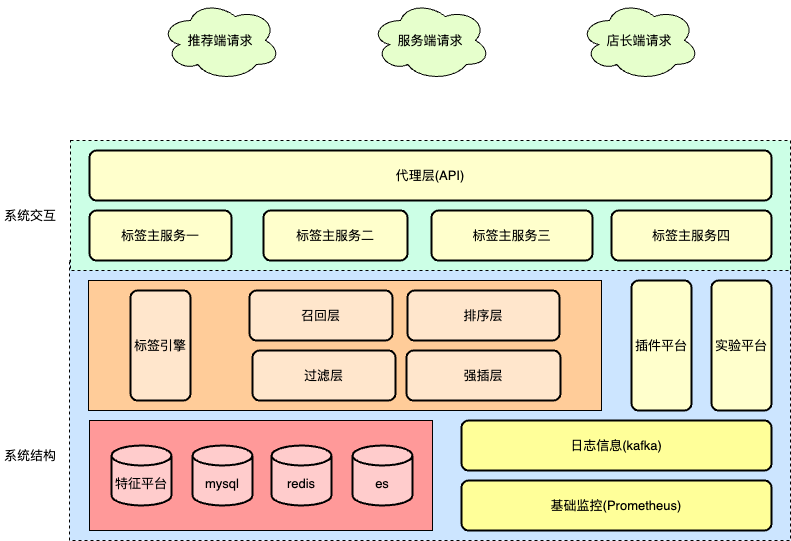
The draw.io diagram work-draw-file/标签平台架构图.png in liujunao/draw-data, before a commit. Source tidied: cells renumbered, new cells last; positions are measured from the earlier drawing's top-left corner, leaving out a move shared by most shapes.
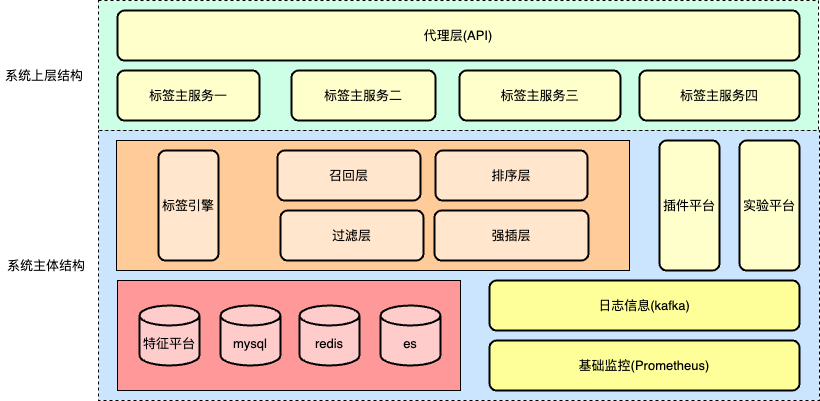
After the change.

Commit message:
更新标签平台架构图.png

Diff of the diagram source:
```diff
@@ -3,7 +3,7 @@
     <mxCell id="0" />
     <mxCell id="1" parent="0" />
     <mxCell id="2" style="rounded=0;whiteSpace=wrap;html=1;dashed=1;fillColor=#CCE5FF;" parent="1" vertex="1">
-      <mxGeometry x="69" y="260" width="721" height="280" as="geometry" />
+      <mxGeometry x="70" y="270" width="721" height="270" as="geometry" />
     </mxCell>
     <mxCell id="3" style="rounded=0;whiteSpace=wrap;html=1;fillColor=#FF9999;" parent="1" vertex="1">
       <mxGeometry x="89" y="420" width="343" height="110" as="geometry" />
@@ -35,15 +35,6 @@
     <mxCell id="12" value="插件平台" style="rounded=1;whiteSpace=wrap;html=1;absoluteArcSize=1;arcSize=14;strokeWidth=2;fillColor=#FFFFCC;" parent="1" vertex="1">
       <mxGeometry x="631" y="280" width="60" height="130" as="geometry" />
     </mxCell>
-    <mxCell id="13" value="推荐端请求" style="ellipse;shape=cloud;whiteSpace=wrap;html=1;fillColor=#E6FFCC;" parent="1" vertex="1">
-      <mxGeometry x="160" width="120" height="80" as="geometry" />
-    </mxCell>
-    <mxCell id="14" value="服务端请求" style="ellipse;shape=cloud;whiteSpace=wrap;html=1;fillColor=#E6FFCC;" parent="1" vertex="1">
-      <mxGeometry x="370" width="120" height="80" as="geometry" />
-    </mxCell>
-    <mxCell id="15" value="店长端请求" style="ellipse;shape=cloud;whiteSpace=wrap;html=1;fillColor=#E6FFCC;" parent="1" vertex="1">
-      <mxGeometry x="579" width="120" height="80" as="geometry" />
-    </mxCell>
     <mxCell id="16" value="&lt;br&gt;特征平台" style="strokeWidth=2;html=1;shape=mxgraph.flowchart.database;whiteSpace=wrap;fillColor=#FFCCCC;" parent="1" vertex="1">
       <mxGeometry x="111" y="445" width="60" height="60" as="geometry" />
     </mxCell>
@@ -77,11 +68,11 @@
     <mxCell id="26" value="日志信息(kafka)" style="rounded=1;whiteSpace=wrap;html=1;absoluteArcSize=1;arcSize=14;strokeWidth=2;fillColor=#FFFF99;" parent="1" vertex="1">
       <mxGeometry x="461" y="420" width="310" height="50" as="geometry" />
     </mxCell>
-    <mxCell id="27" value="系统交互" style="text;html=1;strokeColor=none;fillColor=none;align=center;verticalAlign=middle;whiteSpace=wrap;rounded=0;" parent="1" vertex="1">
-      <mxGeometry y="200" width="60" height="30" as="geometry" />
+    <mxCell id="27" value="系统上层结构" style="text;html=1;strokeColor=none;fillColor=none;align=center;verticalAlign=middle;whiteSpace=wrap;rounded=0;" parent="1" vertex="1">
+      <mxGeometry x="-28" y="200" width="88" height="30" as="geometry" />
     </mxCell>
-    <mxCell id="28" value="系统结构" style="text;html=1;strokeColor=none;fillColor=none;align=center;verticalAlign=middle;whiteSpace=wrap;rounded=0;" parent="1" vertex="1">
-      <mxGeometry y="440" width="60" height="30" as="geometry" />
+    <mxCell id="28" value="系统主体结构" style="text;html=1;strokeColor=none;fillColor=none;align=center;verticalAlign=middle;whiteSpace=wrap;rounded=0;" parent="1" vertex="1">
+      <mxGeometry x="-24" y="390" width="84" height="30" as="geometry" />
     </mxCell>
   </root>
 </mxGraphModel>
```
